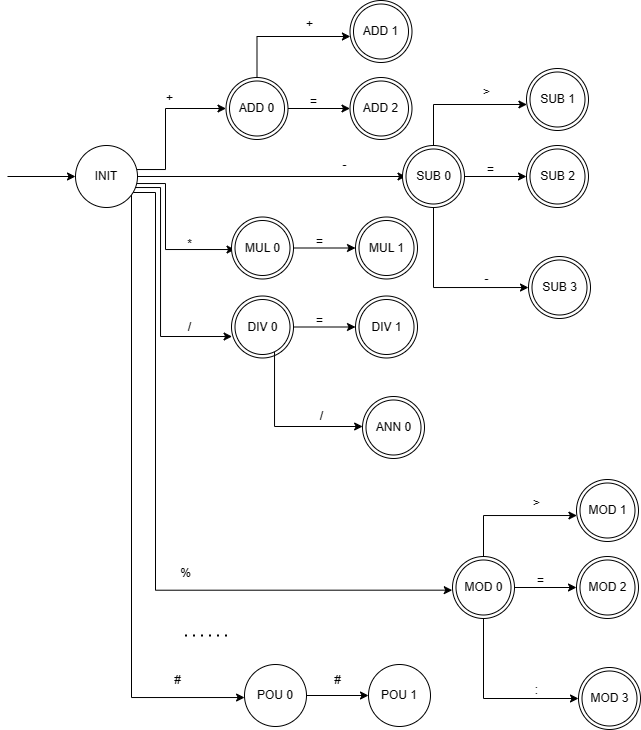
Above: 运算符和定界符.drawio.png in ZYNsama666/BackUp (draw.io), before the change. Source tidied: cells renumbered, new cells last; positions are measured from the earlier drawing's top-left corner, leaving out a move shared by most shapes.
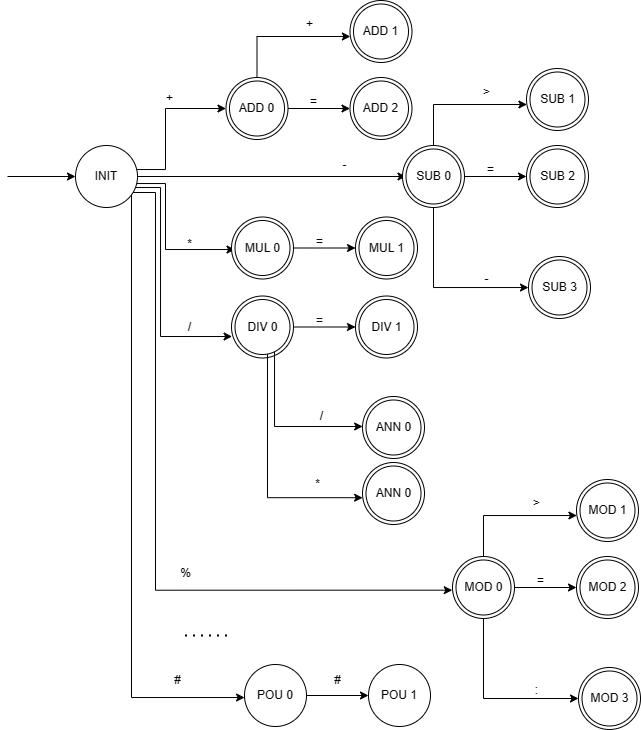
After the change.

Commit message:
更新运算符和定界符.drawio.png

Diff of the diagram source:
```diff
@@ -184,6 +184,13 @@
         </Array>
       </mxGeometry>
     </mxCell>
+    <mxCell id="75" style="edgeStyle=orthogonalEdgeStyle;rounded=0;jettySize=auto;html=1;entryX=0.002;entryY=0.568;entryDx=0;entryDy=0;entryPerimeter=0;" parent="1" edge="1" source="48" target="76">
+      <mxGeometry relative="1" as="geometry">
+        <Array as="points">
+          <mxPoint x="260" y="497" />
+        </Array>
+      </mxGeometry>
+    </mxCell>
     <mxCell id="48" value="DIV 0" style="ellipse;whiteSpace=wrap;html=1;" parent="1" vertex="1">
       <mxGeometry x="227.5" y="299" width="55" height="55" as="geometry" />
     </mxCell>
@@ -276,5 +283,14 @@
     <mxCell id="74" value="/" style="text;html=1;align=center;verticalAlign=middle;strokeColor=none;fillColor=none;" parent="1" vertex="1">
       <mxGeometry x="303" y="403" width="21" height="26" as="geometry" />
     </mxCell>
+    <mxCell id="76" value="ADD 3" style="ellipse;whiteSpace=wrap;html=1;" parent="1" vertex="1">
+      <mxGeometry x="355" y="462" width="62" height="62" as="geometry" />
+    </mxCell>
+    <mxCell id="77" value="ANN 0" style="ellipse;whiteSpace=wrap;html=1;" parent="1" vertex="1">
+      <mxGeometry x="358.5" y="465.5" width="55" height="55" as="geometry" />
+    </mxCell>
+    <mxCell id="78" value="*" style="text;html=1;align=center;verticalAlign=middle;strokeColor=none;fillColor=none;" parent="1" vertex="1">
+      <mxGeometry x="298" y="471" width="23" height="26" as="geometry" />
+    </mxCell>
   </root>
 </mxGraphModel>
```
